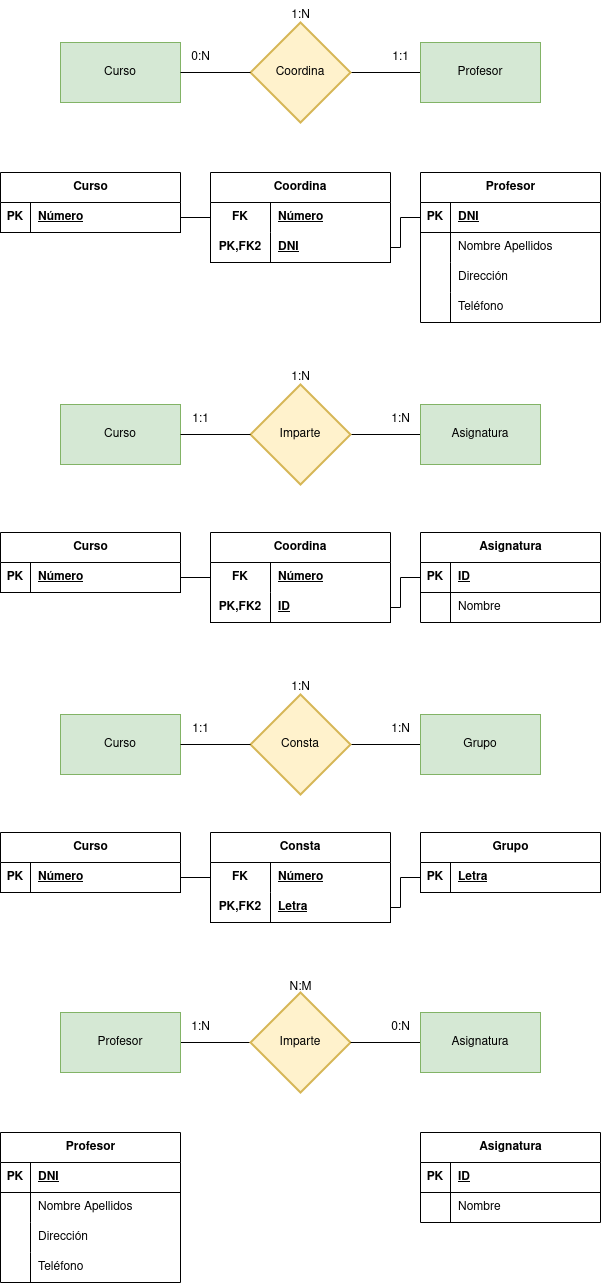
Before: tareas 1/Ejercicio calificable docente (MR-2).drawio.png, a diagram exported from draw.io (GermanOjeda/base-datos). Source tidied: cells renumbered, new cells last; positions are measured from the earlier drawing's top-left corner, leaving out a move shared by most shapes.
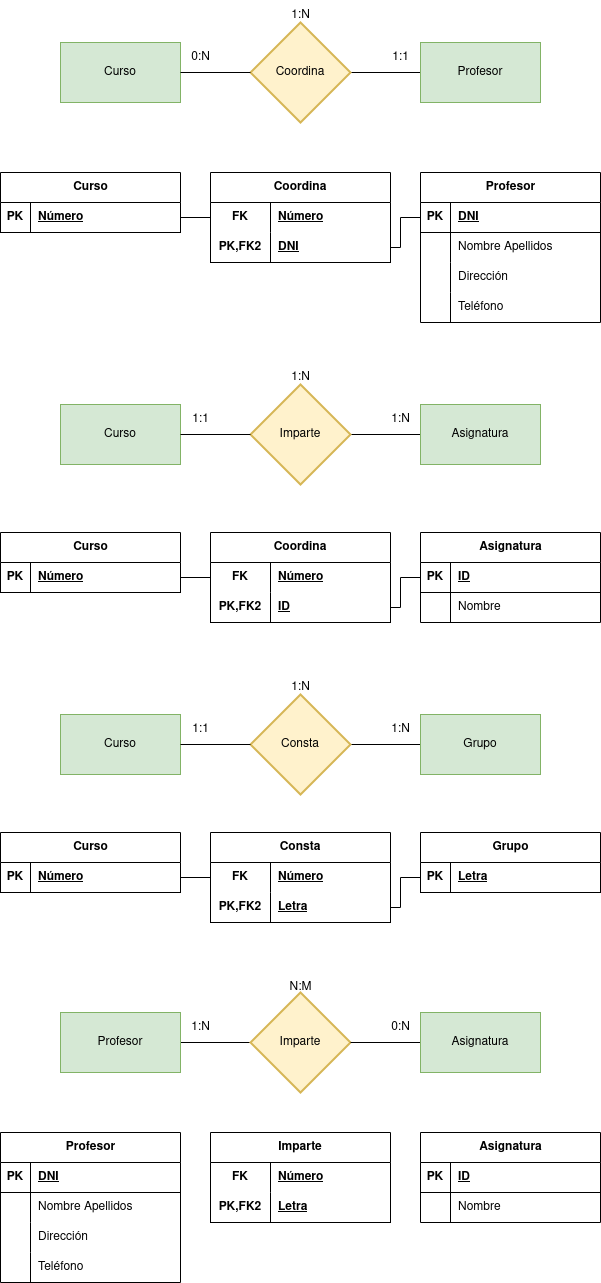
The same file after the commit.

Change to the diagram source:
```diff
@@ -352,5 +352,26 @@
     <mxCell id="116" value="N:M" style="text;html=1;align=center;verticalAlign=middle;strokeColor=none;fillColor=none;" parent="1" vertex="1">
       <mxGeometry x="275" y="972" width="50" height="30" as="geometry" />
     </mxCell>
+    <mxCell id="117" value="Imparte" style="shape=table;startSize=30;rowLines=0;fontStyle=1;align=center;html=1;whiteSpace=wrap;" parent="1" vertex="1">
+      <mxGeometry x="210" y="1132" width="180" height="90" as="geometry" />
+    </mxCell>
+    <mxCell id="118" style="shape=tableRow;horizontal=0;startSize=0;swimlaneHead=0;swimlaneBody=0;fillColor=none;top=0;left=0;right=0;bottom=0;html=1;" parent="117" vertex="1">
+      <mxGeometry y="30" width="180" height="30" as="geometry" />
+    </mxCell>
+    <mxCell id="119" value="FK" style="shape=partialRectangle;fillColor=none;top=0;left=0;bottom=0;right=0;fontStyle=1;overflow=hidden;html=1;whiteSpace=wrap;" parent="118" vertex="1">
+      <mxGeometry width="60" height="30" as="geometry" />
+    </mxCell>
+    <mxCell id="120" value="Número" style="shape=partialRectangle;fillColor=none;top=0;left=0;bottom=0;right=0;align=left;spacingLeft=6;fontStyle=5;overflow=hidden;html=1;whiteSpace=wrap;" parent="118" vertex="1">
+      <mxGeometry x="60" width="120" height="30" as="geometry" />
+    </mxCell>
+    <mxCell id="121" style="shape=tableRow;horizontal=0;startSize=0;swimlaneHead=0;swimlaneBody=0;fillColor=none;top=0;left=0;right=0;bottom=1;html=1;" parent="117" vertex="1">
+      <mxGeometry y="60" width="180" height="30" as="geometry" />
+    </mxCell>
+    <mxCell id="122" value="PK,FK2" style="shape=partialRectangle;fillColor=none;top=0;left=0;bottom=0;right=0;fontStyle=1;overflow=hidden;html=1;whiteSpace=wrap;" parent="121" vertex="1">
+      <mxGeometry width="60" height="30" as="geometry" />
+    </mxCell>
+    <mxCell id="123" value="Letra" style="shape=partialRectangle;fillColor=none;top=0;left=0;bottom=0;right=0;align=left;spacingLeft=6;fontStyle=5;overflow=hidden;html=1;whiteSpace=wrap;" parent="121" vertex="1">
+      <mxGeometry x="60" width="120" height="30" as="geometry" />
+    </mxCell>
   </root>
 </mxGraphModel>
```
